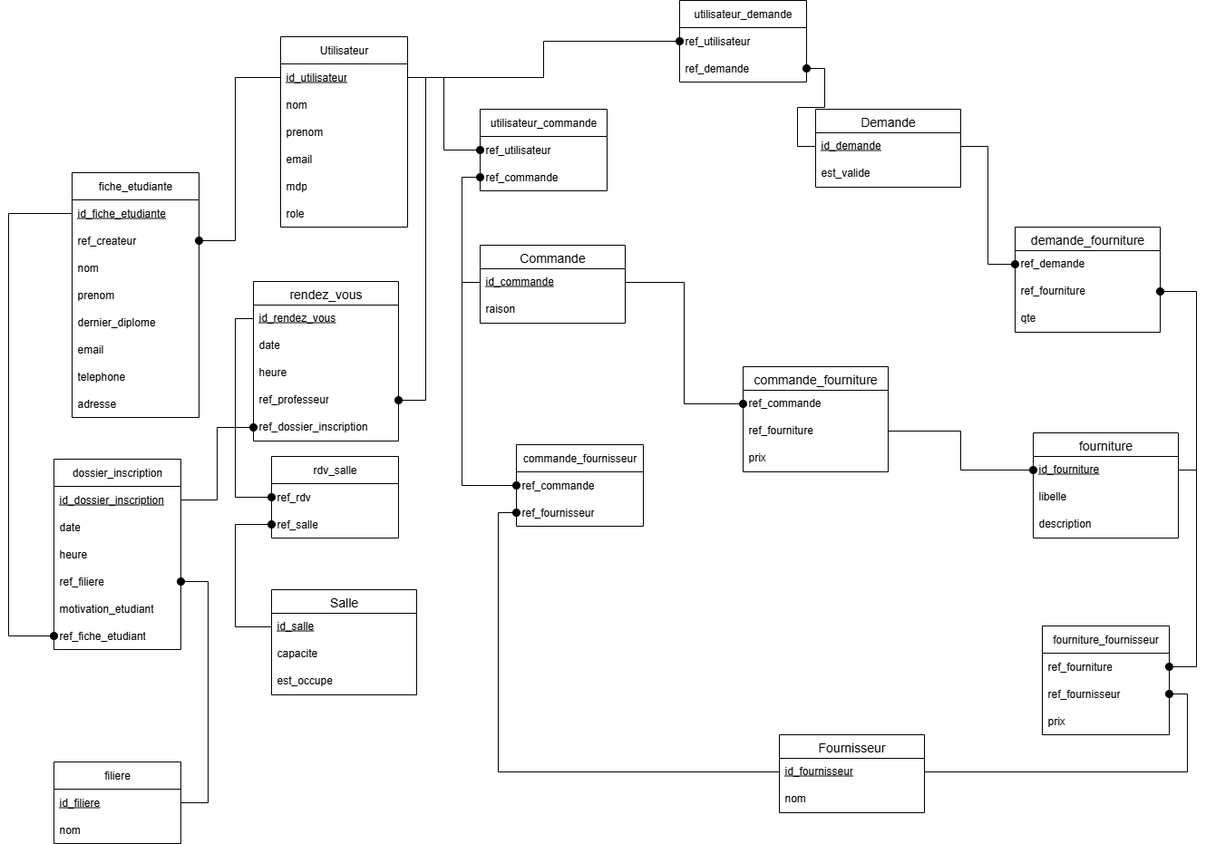
This is info/mcd java-Page-2.drawio.png from Ruthh-mt/gestion-LPRS, a draw.io export, as it was before one commit. Source tidied: cells renumbered, new cells last; positions are measured from the earlier drawing's top-left corner, leaving out a move shared by most shapes.
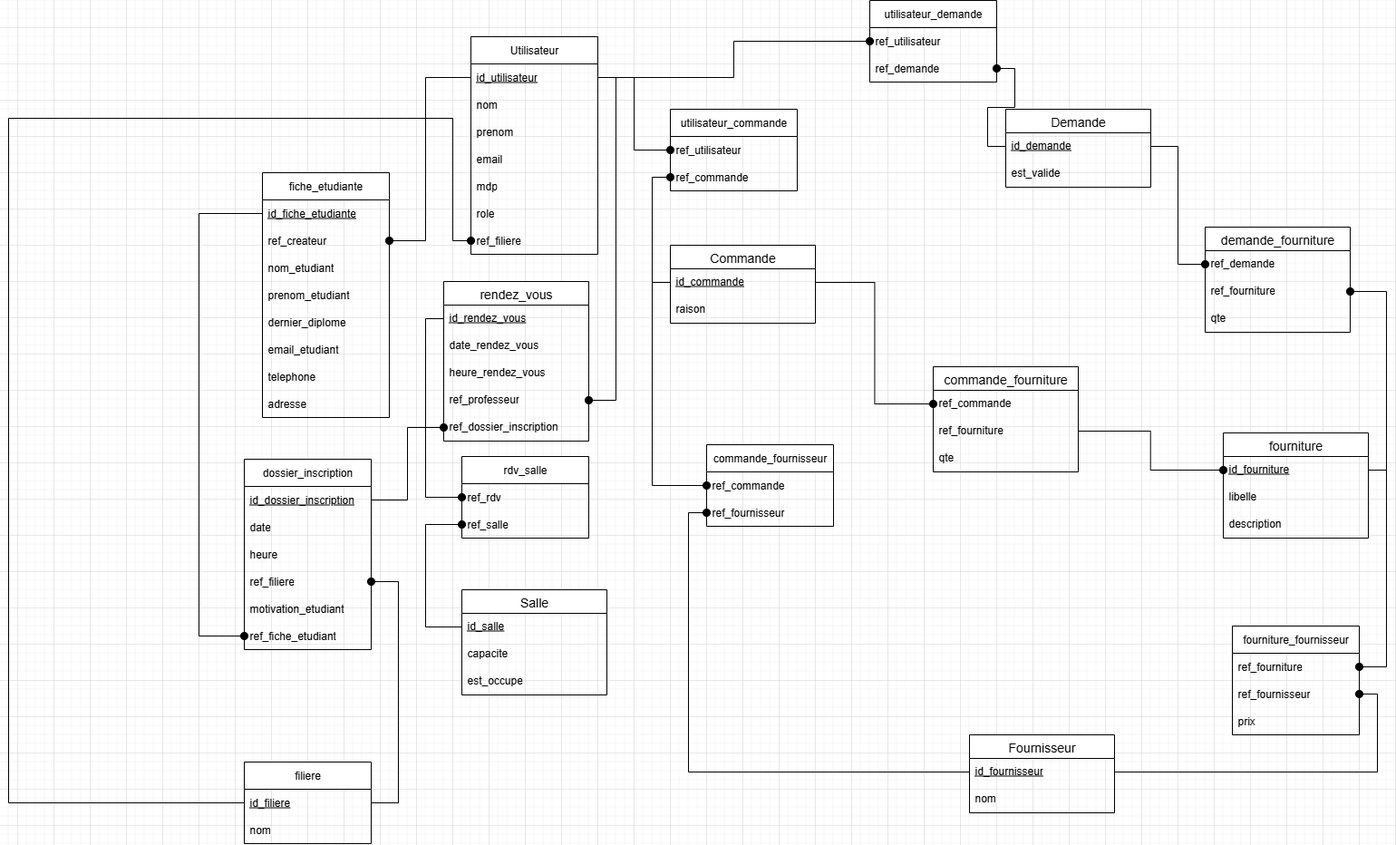
Later version of the same file.

Commit message:
feat :du code sql (mpd) de la base de données + remake du mcd et mld pour corriger quelque erreurs (j'ai menti)

What changed in the source:
```diff
@@ -3,7 +3,7 @@
     <mxCell id="0" />
     <mxCell id="1" parent="0" />
     <mxCell id="2" value="Utilisateur" style="swimlane;fontStyle=0;horizontal=1;startSize=30;whiteSpace=wrap;html=1;" parent="1" vertex="1">
-      <mxGeometry x="300" y="40" width="140" height="210" as="geometry" />
+      <mxGeometry x="300" y="40" width="140" height="240" as="geometry" />
     </mxCell>
     <mxCell id="3" value="&lt;u&gt;id_utilisateur&lt;/u&gt;" style="text;strokeColor=none;fillColor=none;align=left;verticalAlign=middle;spacingLeft=4;spacingRight=4;overflow=hidden;points=[[0,0.5],[1,0.5]];portConstraint=eastwest;whiteSpace=wrap;html=1;" parent="2" vertex="1">
       <mxGeometry y="30" width="140" height="30" as="geometry" />
@@ -23,6 +23,9 @@
     <mxCell id="8" value="role" style="text;strokeColor=none;fillColor=none;align=left;verticalAlign=middle;spacingLeft=4;spacingRight=4;overflow=hidden;whiteSpace=wrap;html=1;" parent="2" vertex="1">
       <mxGeometry y="180" width="140" height="30" as="geometry" />
     </mxCell>
+    <mxCell id="94" value="ref_filiere" style="text;strokeColor=none;fillColor=none;align=left;verticalAlign=middle;spacingLeft=4;spacingRight=4;overflow=hidden;points=[[0,0.5],[1,0.5]];portConstraint=eastwest;whiteSpace=wrap;html=1;" parent="2" vertex="1">
+      <mxGeometry y="210" width="140" height="30" as="geometry" />
+    </mxCell>
     <mxCell id="9" value="fiche_etudiante" style="swimlane;fontStyle=0;horizontal=1;startSize=30;whiteSpace=wrap;html=1;" parent="1" vertex="1">
       <mxGeometry x="70" y="190" width="140" height="270" as="geometry" />
     </mxCell>
@@ -32,16 +35,16 @@
     <mxCell id="11" value="ref_createur" style="text;strokeColor=none;fillColor=none;align=left;verticalAlign=middle;spacingLeft=4;spacingRight=4;overflow=hidden;points=[[0,0.5],[1,0.5]];portConstraint=eastwest;whiteSpace=wrap;html=1;" parent="9" vertex="1">
       <mxGeometry y="60" width="140" height="30" as="geometry" />
     </mxCell>
-    <mxCell id="12" value="nom" style="text;strokeColor=none;fillColor=none;align=left;verticalAlign=middle;spacingLeft=4;spacingRight=4;overflow=hidden;whiteSpace=wrap;html=1;" parent="9" vertex="1">
+    <mxCell id="12" value="nom_etudiant" style="text;strokeColor=none;fillColor=none;align=left;verticalAlign=middle;spacingLeft=4;spacingRight=4;overflow=hidden;whiteSpace=wrap;html=1;" parent="9" vertex="1">
       <mxGeometry y="90" width="140" height="30" as="geometry" />
     </mxCell>
-    <mxCell id="13" value="prenom" style="text;strokeColor=none;fillColor=none;align=left;verticalAlign=middle;spacingLeft=4;spacingRight=4;overflow=hidden;whiteSpace=wrap;html=1;" parent="9" vertex="1">
+    <mxCell id="13" value="prenom_etudiant" style="text;strokeColor=none;fillColor=none;align=left;verticalAlign=middle;spacingLeft=4;spacingRight=4;overflow=hidden;whiteSpace=wrap;html=1;" parent="9" vertex="1">
       <mxGeometry y="120" width="140" height="30" as="geometry" />
     </mxCell>
     <mxCell id="14" value="dernier_diplome" style="text;strokeColor=none;fillColor=none;align=left;verticalAlign=middle;spacingLeft=4;spacingRight=4;overflow=hidden;whiteSpace=wrap;html=1;" parent="9" vertex="1">
       <mxGeometry y="150" width="140" height="30" as="geometry" />
     </mxCell>
-    <mxCell id="15" value="email" style="text;strokeColor=none;fillColor=none;align=left;verticalAlign=middle;spacingLeft=4;spacingRight=4;overflow=hidden;whiteSpace=wrap;html=1;" parent="9" vertex="1">
+    <mxCell id="15" value="email_etudiant" style="text;strokeColor=none;fillColor=none;align=left;verticalAlign=middle;spacingLeft=4;spacingRight=4;overflow=hidden;whiteSpace=wrap;html=1;" parent="9" vertex="1">
       <mxGeometry y="180" width="140" height="30" as="geometry" />
     </mxCell>
     <mxCell id="16" value="telephone" style="text;strokeColor=none;fillColor=none;align=left;verticalAlign=middle;spacingLeft=4;spacingRight=4;overflow=hidden;whiteSpace=wrap;html=1;" parent="9" vertex="1">
@@ -86,10 +89,10 @@
     <mxCell id="29" value="&lt;u&gt;id_rendez_vous&lt;/u&gt;" style="text;strokeColor=none;fillColor=none;spacingLeft=4;spacingRight=4;overflow=hidden;points=[[0,0.5],[1,0.5]];portConstraint=eastwest;fontSize=12;whiteSpace=wrap;html=1;" parent="28" vertex="1">
       <mxGeometry y="26" width="160" height="30" as="geometry" />
     </mxCell>
-    <mxCell id="30" value="date" style="text;strokeColor=none;fillColor=none;spacingLeft=4;spacingRight=4;overflow=hidden;fontSize=12;whiteSpace=wrap;html=1;" parent="28" vertex="1">
+    <mxCell id="30" value="date_rendez_vous" style="text;strokeColor=none;fillColor=none;spacingLeft=4;spacingRight=4;overflow=hidden;fontSize=12;whiteSpace=wrap;html=1;" parent="28" vertex="1">
       <mxGeometry y="56" width="160" height="30" as="geometry" />
     </mxCell>
-    <mxCell id="31" value="heure" style="text;strokeColor=none;fillColor=none;spacingLeft=4;spacingRight=4;overflow=hidden;fontSize=12;whiteSpace=wrap;html=1;" parent="28" vertex="1">
+    <mxCell id="31" value="heure_rendez_vous" style="text;strokeColor=none;fillColor=none;spacingLeft=4;spacingRight=4;overflow=hidden;fontSize=12;whiteSpace=wrap;html=1;" parent="28" vertex="1">
       <mxGeometry y="86" width="160" height="30" as="geometry" />
     </mxCell>
     <mxCell id="32" value="ref_professeur" style="text;strokeColor=none;fillColor=none;spacingLeft=4;spacingRight=4;overflow=hidden;points=[[0,0.5],[1,0.5]];portConstraint=eastwest;fontSize=12;whiteSpace=wrap;html=1;" parent="28" vertex="1">
@@ -239,7 +242,7 @@
     <mxCell id="76" value="ref_fourniture" style="text;strokeColor=none;fillColor=none;spacingLeft=4;spacingRight=4;overflow=hidden;points=[[0,0.5],[1,0.5]];portConstraint=eastwest;fontSize=12;whiteSpace=wrap;html=1;" parent="74" vertex="1">
       <mxGeometry y="56" width="160" height="30" as="geometry" />
     </mxCell>
-    <mxCell id="77" value="prix&lt;div&gt;&lt;br&gt;&lt;/div&gt;" style="text;strokeColor=none;fillColor=none;spacingLeft=4;spacingRight=4;overflow=hidden;fontSize=12;whiteSpace=wrap;html=1;" parent="74" vertex="1">
+    <mxCell id="77" value="&lt;div&gt;qte&lt;/div&gt;" style="text;strokeColor=none;fillColor=none;spacingLeft=4;spacingRight=4;overflow=hidden;fontSize=12;whiteSpace=wrap;html=1;" parent="74" vertex="1">
       <mxGeometry y="86" width="160" height="30" as="geometry" />
     </mxCell>
     <mxCell id="78" style="edgeStyle=elbowEdgeStyle;elbow=horizontal;endArrow=oval;html=1;curved=0;rounded=0;endSize=8;startSize=8;fontSize=12;endFill=1;exitX=0;exitY=0.5;exitDx=0;exitDy=0;entryX=1;entryY=0.5;entryDx=0;entryDy=0;" parent="1" edge="1" source="3" target="11">
@@ -299,5 +302,15 @@
     <mxCell id="93" style="edgeStyle=orthogonalEdgeStyle;rounded=0;jettySize=auto;html=1;exitX=0;exitY=0.5;exitDx=0;exitDy=0;entryX=1;entryY=0.5;entryDx=0;entryDy=0;fontSize=12;startSize=8;endSize=8;endArrow=oval;endFill=1;" parent="1" edge="1" source="39" target="69">
       <mxGeometry relative="1" as="geometry" />
     </mxCell>
+    <mxCell id="95" style="edgeStyle=orthogonalEdgeStyle;rounded=0;jettySize=auto;html=1;exitX=0;exitY=0.5;exitDx=0;exitDy=0;entryX=0;entryY=0.5;entryDx=0;entryDy=0;fontSize=12;startSize=8;endSize=8;endArrow=oval;endFill=1;" parent="1" edge="1" source="26" target="94">
+      <mxGeometry relative="1" as="geometry">
+        <Array as="points">
+          <mxPoint x="-210" y="885" />
+          <mxPoint x="-210" y="130" />
+          <mxPoint x="280" y="130" />
+          <mxPoint x="280" y="265" />
+        </Array>
+      </mxGeometry>
+    </mxCell>
   </root>
 </mxGraphModel>
```
